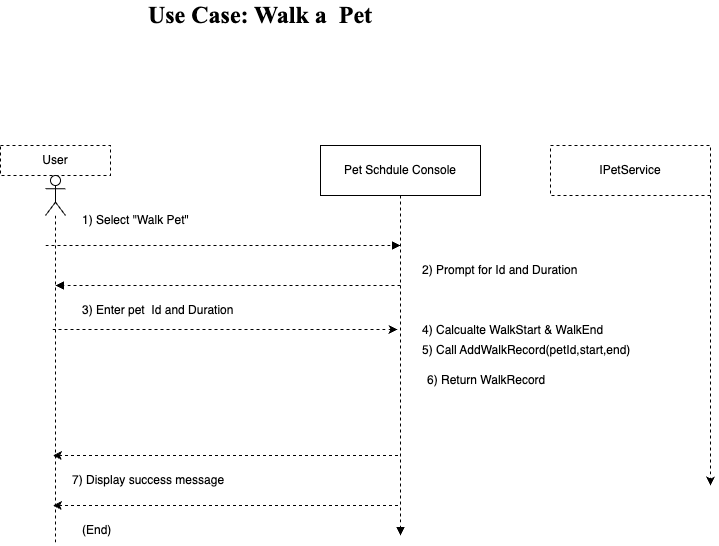
Above: Walk  a Pet Use Case.png in bromroy/CS690-PetSchedule.App (draw.io), before the change. Source tidied: cells renumbered, new cells last; positions are measured from the earlier drawing's top-left corner, leaving out a move shared by most shapes.
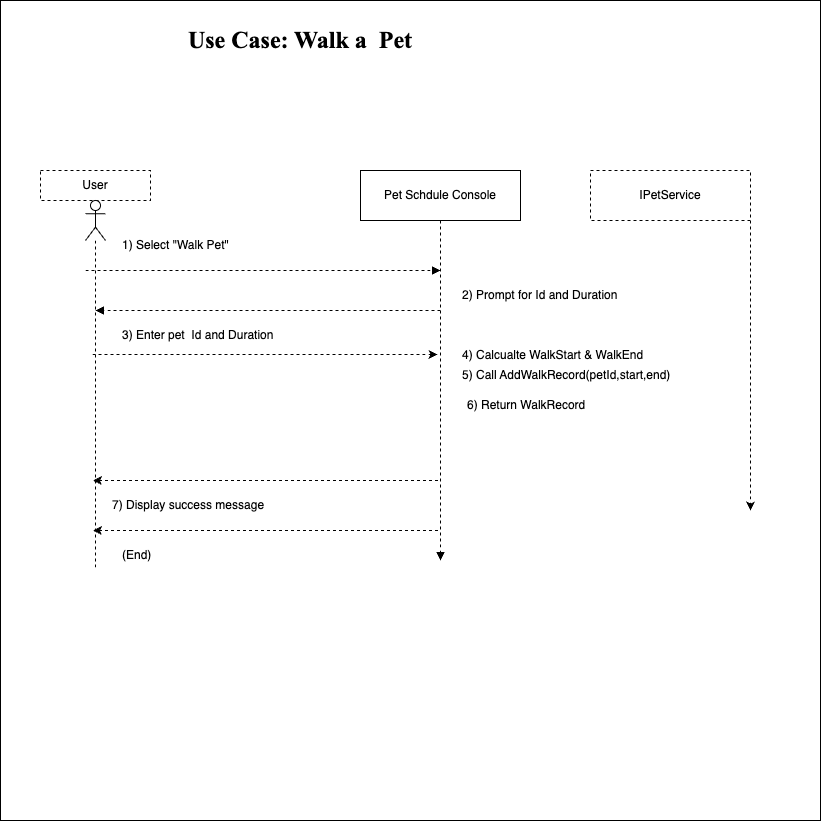
The same file after the commit.

The edit, as a diff of the source:
```diff
@@ -2,6 +2,9 @@
   <root>
     <mxCell id="0" />
     <mxCell id="1" parent="0" />
+    <mxCell id="22" style="whiteSpace=wrap;html=1;" parent="1" vertex="1">
+      <mxGeometry x="-40" y="-25" width="820" height="820" as="geometry" />
+    </mxCell>
     <mxCell id="2" value="User" style="html=1;whiteSpace=wrap;dashed=1;" parent="1" vertex="1">
       <mxGeometry y="145" width="110" height="30" as="geometry" />
     </mxCell>
```
